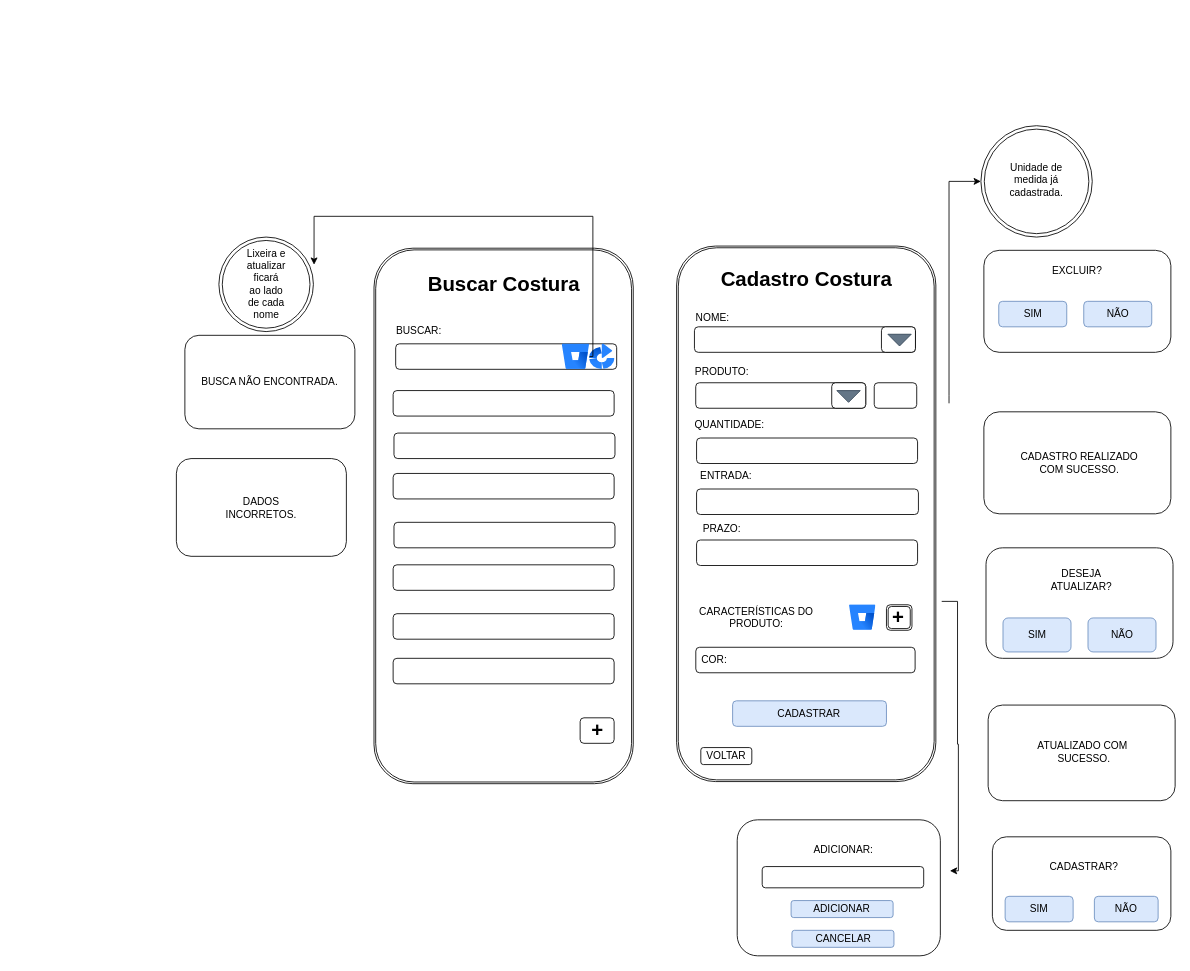
The draw.io diagram page "Página-7" (7 of 14) of DOC/tela.drawio in rafaelareisilva/avatar.app, before the edit. Source tidied: cells renumbered, new cells numbered last; positions are measured from the earlier drawing's top-left corner, leaving out a move shared by most shapes. Both pictures are drawn from the tidied source at 85%, with x=0, y=0 at pixel (176, 125).
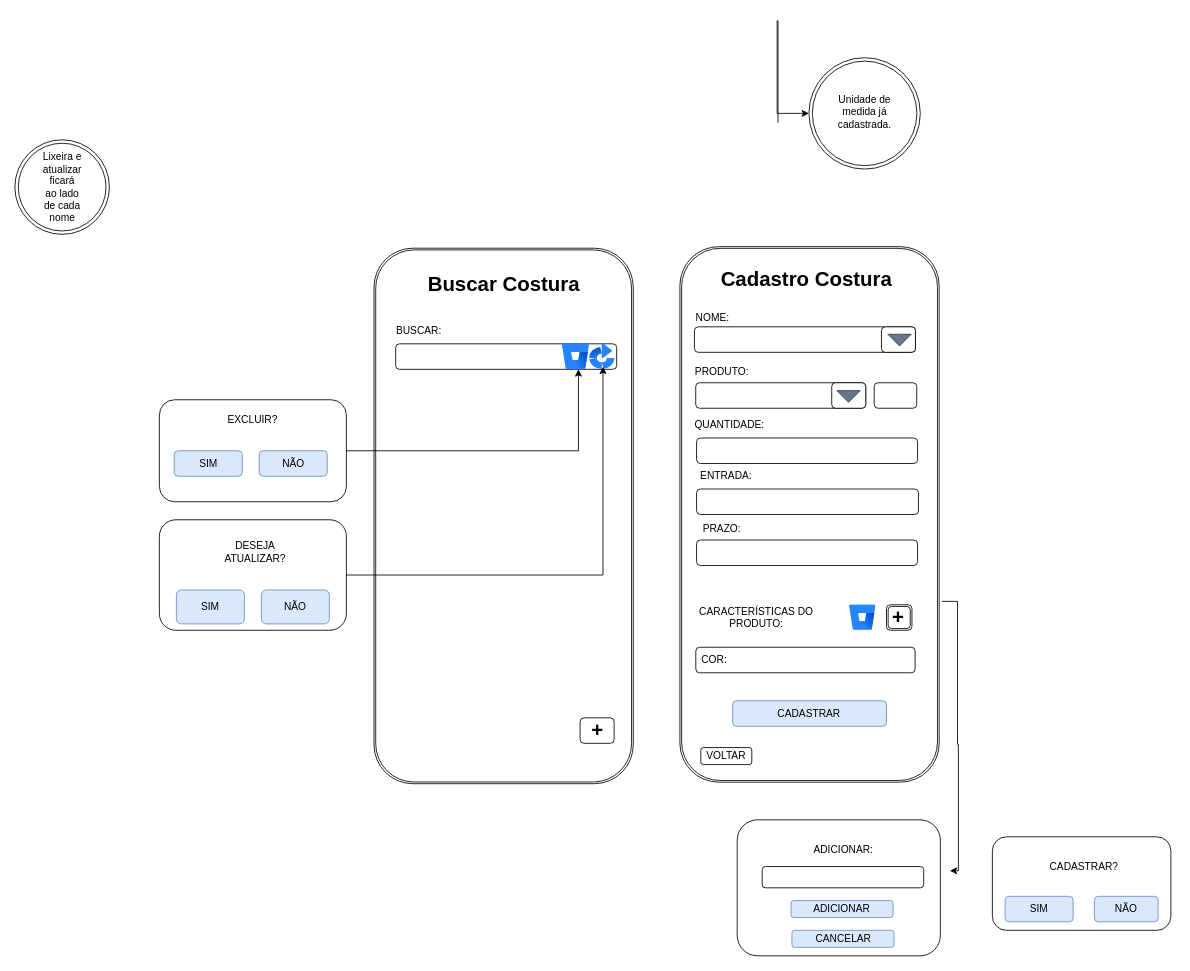
The same page after the edit.

The change refers to these unchanged cells:
```xml
<mxCell id="17" style="rounded=1;whiteSpace=wrap;html=1;" parent="1" vertex="1">
  <mxGeometry x="258" y="257" width="260" height="30" as="geometry" />
</mxCell>
<mxCell id="20" style="image;html=1;image=img/lib/atlassian/Bitbucket_Logo.svg;" parent="1" vertex="1">
  <mxGeometry x="454" y="257" width="32" height="30" as="geometry" />
</mxCell>
```

Change to the diagram source:
```diff
@@
     <mxCell id="2" value="EXCLUIR?&lt;div&gt;&lt;br&gt;&lt;/div&gt;&lt;div&gt;&lt;br&gt;&lt;/div&gt;&lt;div&gt;&lt;br&gt;&lt;/div&gt;&lt;div&gt;&lt;br&gt;&lt;/div&gt;&lt;div&gt;&lt;br&gt;&lt;/div&gt;" style="rounded=1;whiteSpace=wrap;html=1;" parent="1" vertex="1">
-      <mxGeometry x="950" y="147" width="220" height="120" as="geometry" />
+      <mxGeometry x="-20" y="322.8" width="220" height="120" as="geometry" />
     </mxCell>
     <mxCell id="3" value="SIM" style="rounded=1;whiteSpace=wrap;html=1;fillColor=#dae8fc;strokeColor=#6c8ebf;" parent="1" vertex="1">
-      <mxGeometry x="967.5" y="207" width="80" height="30" as="geometry" />
+      <mxGeometry x="-2.5" y="382.8" width="80" height="30" as="geometry" />
     </mxCell>
     <mxCell id="4" value="NÃO" style="rounded=1;whiteSpace=wrap;html=1;fillColor=#dae8fc;strokeColor=#6c8ebf;" parent="1" vertex="1">
-      <mxGeometry x="1067.5" y="207" width="80" height="30" as="geometry" />
+      <mxGeometry x="97.5" y="382.8" width="80" height="30" as="geometry" />
     </mxCell>
     <mxCell id="5" style="shape=ext;double=1;rounded=1;whiteSpace=wrap;html=1;rotation=90;" parent="1" vertex="1">
-      <mxGeometry x="426" y="304.5" width="630" height="305" as="geometry" />
+      <mxGeometry x="429.9" y="305.2" width="630" height="305" as="geometry" />
     </mxCell>
@@
-    <mxCell id="22" style="rounded=1;whiteSpace=wrap;html=1;" parent="1" vertex="1">
-      <mxGeometry x="955" y="682" width="220" height="112.5" as="geometry" />
-    </mxCell>
-    <mxCell id="23" value="ATUALIZADO COM&amp;nbsp;&lt;div&gt;SUCESSO.&lt;/div&gt;" style="text;html=1;align=center;verticalAlign=middle;whiteSpace=wrap;rounded=0;" parent="1" vertex="1">
-      <mxGeometry x="982.5" y="722" width="170" height="30" as="geometry" />
-    </mxCell>
-    <mxCell id="24" style="rounded=1;whiteSpace=wrap;html=1;" parent="1" vertex="1">
-      <mxGeometry x="950" y="337" width="220" height="120" as="geometry" />
-    </mxCell>
-    <mxCell id="25" value="CADASTRO REALIZADO COM SUCESSO." style="text;html=1;align=center;verticalAlign=middle;whiteSpace=wrap;rounded=0;" parent="1" vertex="1">
-      <mxGeometry x="985" y="377" width="155" height="40" as="geometry" />
-    </mxCell>
-    <mxCell id="26" value="BUSCA NÃO ENCONTRADA." style="rounded=1;whiteSpace=wrap;html=1;" parent="1" vertex="1">
-      <mxGeometry x="10" y="247" width="200" height="110" as="geometry" />
-    </mxCell>
     <mxCell id="27" style="rounded=1;whiteSpace=wrap;html=1;" parent="1" vertex="1">
-      <mxGeometry x="952.5" y="497" width="220" height="130" as="geometry" />
+      <mxGeometry x="-20" y="464" width="220" height="130" as="geometry" />
     </mxCell>
-    <mxCell id="28" style="rounded=1;whiteSpace=wrap;html=1;" parent="1" vertex="1">
-      <mxGeometry x="255" y="312" width="260" height="30" as="geometry" />
-    </mxCell>
-    <mxCell id="29" style="rounded=1;whiteSpace=wrap;html=1;" parent="1" vertex="1">
-      <mxGeometry x="256" y="362" width="260" height="30" as="geometry" />
-    </mxCell>
-    <mxCell id="30" style="rounded=1;whiteSpace=wrap;html=1;" parent="1" vertex="1">
-      <mxGeometry x="255" y="409.5" width="260" height="30" as="geometry" />
-    </mxCell>
-    <mxCell id="31" style="rounded=1;whiteSpace=wrap;html=1;" parent="1" vertex="1">
-      <mxGeometry x="256" y="467" width="260" height="30" as="geometry" />
-    </mxCell>
-    <mxCell id="32" style="rounded=1;whiteSpace=wrap;html=1;" parent="1" vertex="1">
-      <mxGeometry x="255" y="517" width="260" height="30" as="geometry" />
-    </mxCell>
-    <mxCell id="33" style="rounded=1;whiteSpace=wrap;html=1;" parent="1" vertex="1">
-      <mxGeometry x="255" y="574.5" width="260" height="30" as="geometry" />
-    </mxCell>
-    <mxCell id="34" style="rounded=1;whiteSpace=wrap;html=1;" parent="1" vertex="1">
-      <mxGeometry x="255" y="627" width="260" height="30" as="geometry" />
-    </mxCell>
@@
     <mxCell id="37" value="SIM" style="rounded=1;whiteSpace=wrap;html=1;fillColor=#dae8fc;strokeColor=#6c8ebf;" parent="1" vertex="1">
-      <mxGeometry x="972.5" y="579.5" width="80" height="40" as="geometry" />
+      <mxGeometry y="546.5" width="80" height="40" as="geometry" />
     </mxCell>
     <mxCell id="38" value="NÃO" style="rounded=1;whiteSpace=wrap;html=1;fillColor=#dae8fc;strokeColor=#6c8ebf;" parent="1" vertex="1">
-      <mxGeometry x="1072.5" y="579.5" width="80" height="40" as="geometry" />
+      <mxGeometry x="100" y="546.5" width="80" height="40" as="geometry" />
     </mxCell>
@@
-    <mxCell id="41" style="rounded=1;whiteSpace=wrap;html=1;" parent="1" vertex="1">
-      <mxGeometry y="392" width="200" height="115" as="geometry" />
-    </mxCell>
-    <mxCell id="42" value="DADOS INCORRETOS." style="text;html=1;align=center;verticalAlign=middle;whiteSpace=wrap;rounded=0;" parent="1" vertex="1">
-      <mxGeometry x="50" y="434.5" width="100" height="30" as="geometry" />
-    </mxCell>
     <mxCell id="43" value="DESEJA ATUALIZAR?" style="text;html=1;align=center;verticalAlign=middle;whiteSpace=wrap;rounded=0;" parent="1" vertex="1">
-      <mxGeometry x="1010" y="519.5" width="110" height="30" as="geometry" />
+      <mxGeometry x="37.5" y="486.5" width="110" height="30" as="geometry" />
     </mxCell>
@@
     <mxCell id="49" style="ellipse;shape=doubleEllipse;whiteSpace=wrap;html=1;" parent="1" vertex="1">
-      <mxGeometry x="50" y="131.4" width="111.2" height="111.2" as="geometry" />
+      <mxGeometry x="-190" y="17" width="111.2" height="111.2" as="geometry" />
     </mxCell>
     <mxCell id="50" value="Lixeira e atualizar ficará ao lado de cada nome" style="text;html=1;align=center;verticalAlign=middle;whiteSpace=wrap;rounded=0;" parent="1" vertex="1">
-      <mxGeometry x="95.6" y="186.4" width="20" as="geometry" />
+      <mxGeometry x="-144.4" y="72" width="20" as="geometry" />
     </mxCell>
@@
     <mxCell id="56" style="edgeStyle=orthogonalEdgeStyle;rounded=0;jettySize=auto;html=1;entryX=0;entryY=0.5;entryDx=0;entryDy=0;" parent="1" edge="1" target="58">
       <mxGeometry relative="1" as="geometry">
-        <mxPoint x="909" y="327" as="sourcePoint" />
+        <mxPoint x="707.8" y="-3" as="sourcePoint" />
         <Array as="points">
-          <mxPoint x="909" y="318" />
-          <mxPoint x="909" y="66" />
+          <mxPoint x="707.8" y="-123" />
+          <mxPoint x="706.8" y="-123" />
+          <mxPoint x="706.8" y="-14" />
         </Array>
       </mxGeometry>
     </mxCell>
@@
     <mxCell id="58" style="ellipse;shape=doubleEllipse;whiteSpace=wrap;html=1;" parent="1" vertex="1">
-      <mxGeometry x="946.5" y="0.4" width="131" height="131" as="geometry" />
+      <mxGeometry x="744.2" y="-79.6" width="131" height="131" as="geometry" />
     </mxCell>
     <mxCell id="59" value="Unidade de medida já cadastrada." style="text;html=1;align=center;verticalAlign=middle;whiteSpace=wrap;rounded=0;" parent="1" vertex="1">
-      <mxGeometry x="970" y="47" width="84" height="33.9" as="geometry" />
+      <mxGeometry x="767.8" y="-33" width="84" height="33.9" as="geometry" />
     </mxCell>
-    <mxCell id="60" style="edgeStyle=orthogonalEdgeStyle;rounded=0;jettySize=auto;html=1;entryX=1.007;entryY=0.293;entryDx=0;entryDy=0;entryPerimeter=0;" parent="1" edge="1" source="20" target="49">
-      <mxGeometry relative="1" as="geometry">
-        <Array as="points">
-          <mxPoint x="490" y="272" />
-          <mxPoint x="490" y="107" />
-          <mxPoint x="162" y="107" />
-        </Array>
-      </mxGeometry>
-    </mxCell>
@@
+    <mxCell id="77" style="edgeStyle=orthogonalEdgeStyle;rounded=0;jettySize=auto;html=1;entryX=0.827;entryY=1;entryDx=0;entryDy=0;entryPerimeter=0;" parent="1" edge="1" source="2" target="17">
+      <mxGeometry relative="1" as="geometry" />
+    </mxCell>
+    <mxCell id="78" style="edgeStyle=orthogonalEdgeStyle;rounded=0;jettySize=auto;html=1;entryX=0.938;entryY=0.9;entryDx=0;entryDy=0;entryPerimeter=0;" parent="1" edge="1" source="27" target="17">
+      <mxGeometry relative="1" as="geometry" />
+    </mxCell>
```
